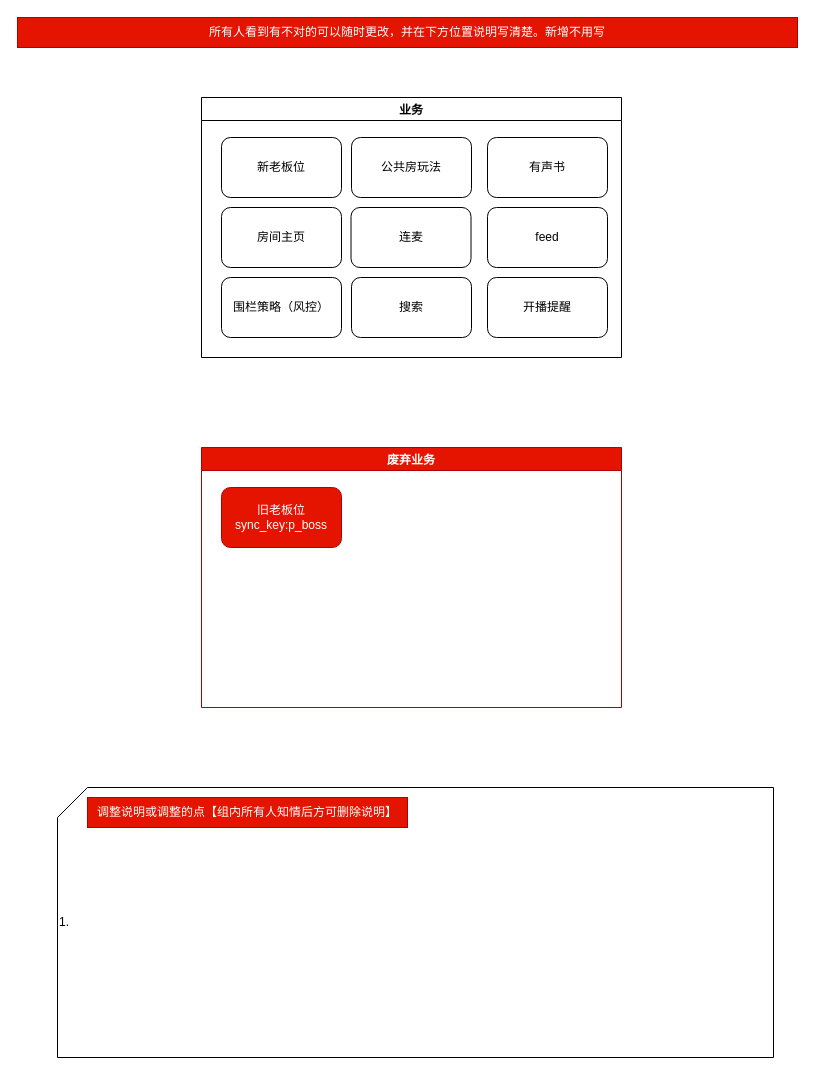
This is page "公共房业务" (1 of 11) of pepper/公共房.drawio from wclssdn/draw.io, a draw.io file, before an edit. Source tidied: cells renumbered, new cells numbered last; positions are measured from the earlier drawing's top-left corner, leaving out a move shared by most shapes. Both pictures are drawn from the tidied source at 100%, with x=0, y=0 at pixel (17, 17).
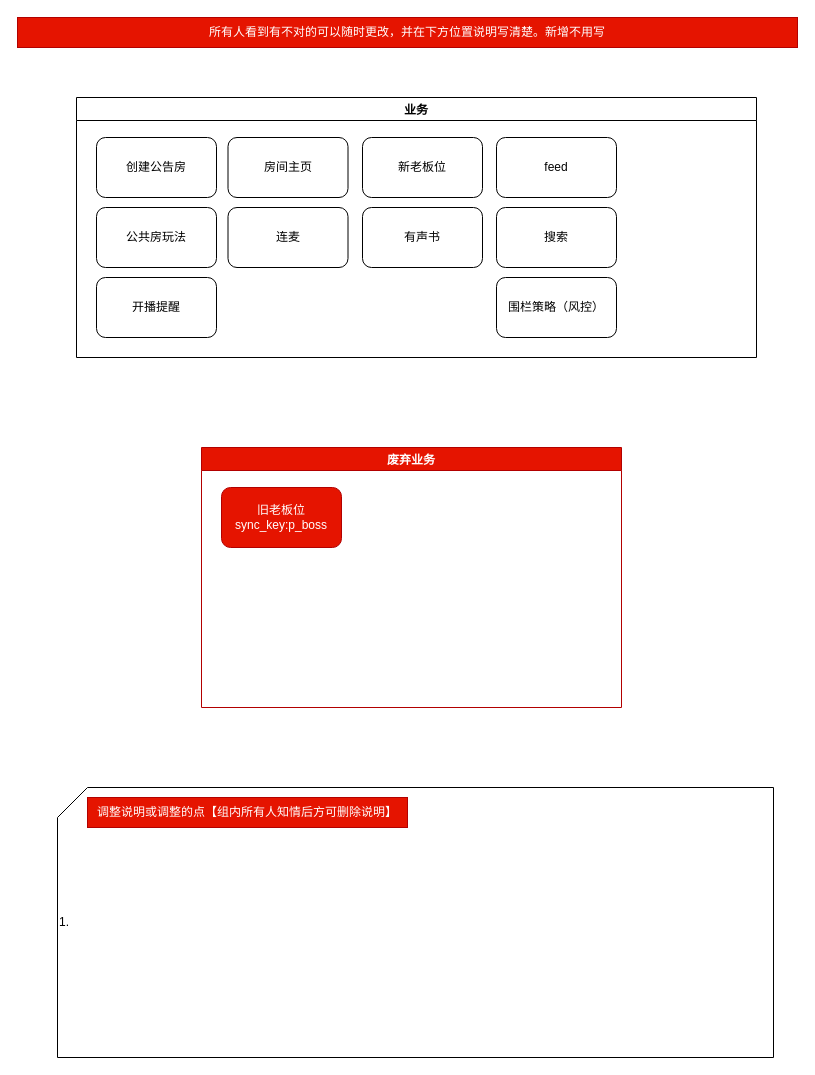
The same page after the edit.

The edit, as a diff of the source:
```diff
@@
 <mxGraphModel>
   <root>
     <mxCell id="0" />
     <mxCell id="1" parent="0" />
     <mxCell id="2" value="业务" style="swimlane;" parent="1" vertex="1">
-      <mxGeometry x="184" y="80" width="420" height="260" as="geometry" />
+      <mxGeometry x="59" y="80" width="680" height="260" as="geometry" />
     </mxCell>
     <mxCell id="3" value="新老板位" style="rounded=1;whiteSpace=wrap;html=1;" parent="2" vertex="1">
-      <mxGeometry x="20" y="40" width="120" height="60" as="geometry" />
+      <mxGeometry x="286" y="40" width="120" height="60" as="geometry" />
     </mxCell>
     <mxCell id="4" value="连麦" style="rounded=1;whiteSpace=wrap;html=1;" parent="2" vertex="1">
-      <mxGeometry x="149.5" y="110" width="120" height="60" as="geometry" />
+      <mxGeometry x="151.5" y="110" width="120" height="60" as="geometry" />
     </mxCell>
     <mxCell id="5" value="feed" style="rounded=1;whiteSpace=wrap;html=1;" parent="2" vertex="1">
-      <mxGeometry x="286" y="110" width="120" height="60" as="geometry" />
+      <mxGeometry x="420" y="40" width="120" height="60" as="geometry" />
     </mxCell>
     <mxCell id="6" value="公共房玩法" style="rounded=1;whiteSpace=wrap;html=1;" parent="2" vertex="1">
-      <mxGeometry x="150" y="40" width="120" height="60" as="geometry" />
+      <mxGeometry x="20" y="110" width="120" height="60" as="geometry" />
     </mxCell>
     <mxCell id="7" value="围栏策略（风控）" style="rounded=1;whiteSpace=wrap;html=1;" parent="2" vertex="1">
-      <mxGeometry x="20" y="180" width="120" height="60" as="geometry" />
+      <mxGeometry x="420" y="180" width="120" height="60" as="geometry" />
     </mxCell>
     <mxCell id="8" value="搜索" style="rounded=1;whiteSpace=wrap;html=1;" parent="2" vertex="1">
-      <mxGeometry x="150" y="180" width="120" height="60" as="geometry" />
+      <mxGeometry x="420" y="110" width="120" height="60" as="geometry" />
     </mxCell>
     <mxCell id="9" value="房间主页" style="rounded=1;whiteSpace=wrap;html=1;" parent="2" vertex="1">
-      <mxGeometry x="20" y="110" width="120" height="60" as="geometry" />
+      <mxGeometry x="151.5" y="40" width="120" height="60" as="geometry" />
     </mxCell>
     <mxCell id="10" value="有声书" style="rounded=1;whiteSpace=wrap;html=1;" parent="2" vertex="1">
-      <mxGeometry x="286" y="40" width="120" height="60" as="geometry" />
+      <mxGeometry x="286" y="110" width="120" height="60" as="geometry" />
     </mxCell>
     <mxCell id="11" value="开播提醒" style="rounded=1;whiteSpace=wrap;html=1;" parent="2" vertex="1">
-      <mxGeometry x="286" y="180" width="120" height="60" as="geometry" />
+      <mxGeometry x="20" y="180" width="120" height="60" as="geometry" />
     </mxCell>
+    <mxCell id="17" value="创建公告房" style="rounded=1;whiteSpace=wrap;html=1;" parent="2" vertex="1">
+      <mxGeometry x="20" y="40" width="120" height="60" as="geometry" />
+    </mxCell>
     <mxCell id="12" value="废弃业务" style="swimlane;fillColor=#e51400;strokeColor=#B20000;fontColor=#ffffff;" parent="1" vertex="1">
       <mxGeometry x="184" y="430" width="420" height="260" as="geometry" />
     </mxCell>
     <mxCell id="13" value="旧老板位&lt;br&gt;sync_key:p_boss" style="rounded=1;whiteSpace=wrap;html=1;fillColor=#e51400;strokeColor=#B20000;fontColor=#ffffff;" parent="12" vertex="1">
       <mxGeometry x="20" y="40" width="120" height="60" as="geometry" />
     </mxCell>
     <mxCell id="14" value="所有人看到有不对的可以随时更改，并在下方位置说明写清楚。新增不用写" style="text;html=1;strokeColor=#B20000;fillColor=#e51400;align=center;verticalAlign=middle;whiteSpace=wrap;rounded=0;fontColor=#ffffff;" parent="1" vertex="1">
       <mxGeometry width="780" height="30" as="geometry" />
     </mxCell>
     <mxCell id="15" value="1.&lt;div&gt;&lt;/div&gt;" style="shape=card;whiteSpace=wrap;html=1;align=left;" parent="1" vertex="1">
       <mxGeometry x="40" y="770" width="716" height="270" as="geometry" />
     </mxCell>
     <mxCell id="16" value="调整说明或调整的点【组内所有人知情后方可删除说明】" style="text;html=1;strokeColor=#B20000;fillColor=#e51400;align=center;verticalAlign=middle;whiteSpace=wrap;rounded=0;fontColor=#ffffff;" parent="1" vertex="1">
       <mxGeometry x="70" y="780" width="320" height="30" as="geometry" />
     </mxCell>
   </root>
 </mxGraphModel>
```
